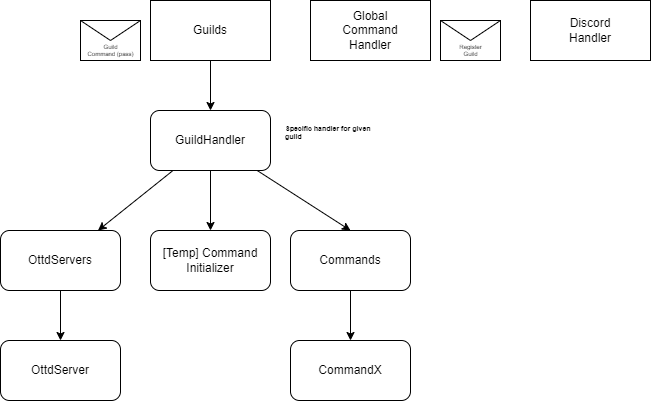
This is docs/akka.drawio.png from shoter/OpenttdDiscord, a draw.io export, as it was before one commit. Source tidied: cells renumbered, new cells last; positions are measured from the earlier drawing's top-left corner, leaving out a move shared by most shapes.
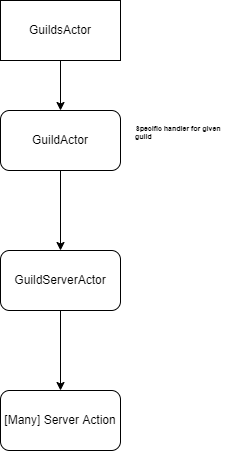
Above is the later version.

Diff of the diagram source:
```diff
@@ -2,59 +2,29 @@
   <root>
     <mxCell id="0" />
     <mxCell id="1" parent="0" />
-    <mxCell id="2" style="edgeStyle=none;html=1;" parent="1" edge="1" source="5" target="7">
-      <mxGeometry relative="1" as="geometry" />
-    </mxCell>
-    <mxCell id="3" style="edgeStyle=none;html=1;entryX=0.5;entryY=0;entryDx=0;entryDy=0;fontSize=7;" parent="1" edge="1" source="5" target="10">
-      <mxGeometry relative="1" as="geometry" />
-    </mxCell>
-    <mxCell id="4" style="edgeStyle=none;html=1;entryX=0.5;entryY=0;entryDx=0;entryDy=0;fontSize=7;" parent="1" edge="1" source="5" target="12">
-      <mxGeometry relative="1" as="geometry" />
-    </mxCell>
+    <mxCell id="20" style="edgeStyle=none;html=1;" parent="1" edge="1" source="5" target="22">
+      <mxGeometry relative="1" as="geometry" />
+    </mxCell>
-    <mxCell id="5" value="GuildHandler" style="rounded=1;whiteSpace=wrap;html=1;" parent="1" vertex="1">
+    <mxCell id="5" value="GuildActor" style="rounded=1;whiteSpace=wrap;html=1;" parent="1" vertex="1">
       <mxGeometry x="150" y="110" width="120" height="60" as="geometry" />
     </mxCell>
-    <mxCell id="6" style="edgeStyle=none;html=1;fontSize=7;" parent="1" edge="1" source="7" target="9">
-      <mxGeometry relative="1" as="geometry" />
-    </mxCell>
-    <mxCell id="7" value="OttdServers" style="rounded=1;whiteSpace=wrap;html=1;" parent="1" vertex="1">
-      <mxGeometry y="230" width="120" height="60" as="geometry" />
-    </mxCell>
     <mxCell id="8" value="&lt;h1 style=&quot;font-size: 7px;&quot;&gt;Specific handler for given guild&lt;/h1&gt;" style="text;html=1;strokeColor=none;fillColor=none;spacing=5;spacingTop=-20;whiteSpace=wrap;overflow=hidden;rounded=0;fontSize=7;verticalAlign=top;align=left;" parent="1" vertex="1">
       <mxGeometry x="280" y="130" width="110" height="20" as="geometry" />
     </mxCell>
-    <mxCell id="9" value="OttdServer" style="rounded=1;whiteSpace=wrap;html=1;" parent="1" vertex="1">
-      <mxGeometry y="340" width="120" height="60" as="geometry" />
-    </mxCell>
-    <mxCell id="10" value="[Temp] Command Initializer" style="rounded=1;whiteSpace=wrap;html=1;" parent="1" vertex="1">
-      <mxGeometry x="150" y="230" width="120" height="60" as="geometry" />
-    </mxCell>
-    <mxCell id="11" style="edgeStyle=none;html=1;fontSize=7;" parent="1" edge="1" source="12" target="13">
-      <mxGeometry relative="1" as="geometry" />
-    </mxCell>
-    <mxCell id="12" value="Commands" style="rounded=1;whiteSpace=wrap;html=1;" parent="1" vertex="1">
-      <mxGeometry x="290" y="230" width="120" height="60" as="geometry" />
-    </mxCell>
-    <mxCell id="13" value="CommandX" style="rounded=1;whiteSpace=wrap;html=1;" parent="1" vertex="1">
-      <mxGeometry x="290" y="340" width="120" height="60" as="geometry" />
-    </mxCell>
     <mxCell id="14" style="edgeStyle=none;html=1;entryX=0.5;entryY=0;entryDx=0;entryDy=0;fontSize=12;" parent="1" edge="1" source="15" target="5">
       <mxGeometry relative="1" as="geometry" />
     </mxCell>
-    <mxCell id="15" value="Guilds" style="rounded=0;whiteSpace=wrap;html=1;fontSize=12;" parent="1" vertex="1">
+    <mxCell id="15" value="GuildsActor" style="rounded=0;whiteSpace=wrap;html=1;fontSize=12;" parent="1" vertex="1">
       <mxGeometry x="150" width="120" height="60" as="geometry" />
     </mxCell>
-    <mxCell id="16" value="Global&lt;br&gt;Command&lt;br&gt;Handler" style="rounded=0;whiteSpace=wrap;html=1;fontSize=12;" parent="1" vertex="1">
-      <mxGeometry x="310" width="120" height="60" as="geometry" />
-    </mxCell>
-    <mxCell id="17" value="Register&lt;br&gt;Guild" style="shape=message;html=1;html=1;labelPosition=center;verticalLabelPosition=middle;align=center;verticalAlign=bottom;fontSize=6;" parent="1" vertex="1">
-      <mxGeometry x="440" y="20" width="60" height="40" as="geometry" />
-    </mxCell>
-    <mxCell id="18" value="Guild&lt;br&gt;Command (pass)" style="shape=message;html=1;html=1;labelPosition=center;verticalLabelPosition=middle;align=center;verticalAlign=bottom;fontSize=6;" parent="1" vertex="1">
-      <mxGeometry x="80" y="20" width="60" height="40" as="geometry" />
-    </mxCell>
-    <mxCell id="19" value="Discord&lt;br&gt;Handler" style="rounded=0;whiteSpace=wrap;html=1;fontSize=12;" parent="1" vertex="1">
-      <mxGeometry x="530" width="120" height="60" as="geometry" />
-    </mxCell>
+    <mxCell id="21" style="edgeStyle=none;html=1;" parent="1" edge="1" source="22" target="23">
+      <mxGeometry relative="1" as="geometry" />
+    </mxCell>
+    <mxCell id="22" value="GuildServerActor" style="rounded=1;whiteSpace=wrap;html=1;" parent="1" vertex="1">
+      <mxGeometry x="150" y="250" width="120" height="60" as="geometry" />
+    </mxCell>
+    <mxCell id="23" value="[Many] Server Action" style="rounded=1;whiteSpace=wrap;html=1;" parent="1" vertex="1">
+      <mxGeometry x="150" y="390" width="120" height="60" as="geometry" />
+    </mxCell>
   </root>
 </mxGraphModel>
```
